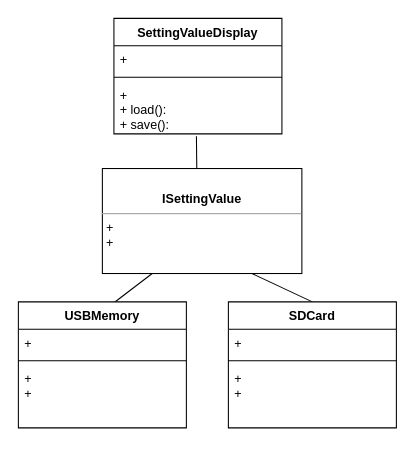
Before: 3_dependency_inversion_principle/設定値の持ち運び_概念class.drawio in grace2riku/solid_principle_example, a draw.io diagram. Source tidied: cells renumbered, new cells numbered last; positions are measured from the earlier drawing's top-left corner, leaving out a move shared by most shapes. Both pictures are drawn from the tidied source at 105%, with x=0, y=0 at pixel (18, 18).
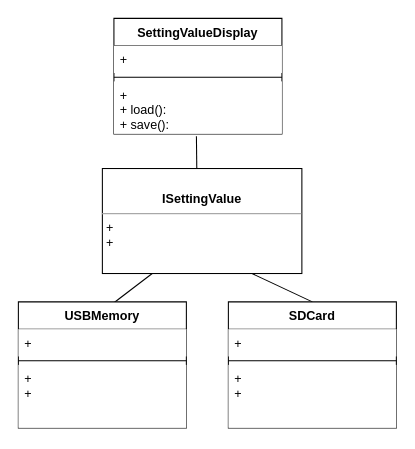
Above is the later version.

Commit message (it also covers changes not shown here):
上位・抽象・下位モジュールの概念図のページを追加。概念図の各クラスを白の塗り潰しにして見える化した。

What changed in the source:
```diff
@@
 <mxGraphModel>
   <root>
     <mxCell id="0" />
     <mxCell id="1" parent="0" />
     <mxCell id="2" style="edgeStyle=none;html=1;exitX=0.491;exitY=1.044;exitDx=0;exitDy=0;endArrow=none;endFill=0;exitPerimeter=0;" parent="1" edge="1" source="6">
       <mxGeometry relative="1" as="geometry">
         <mxPoint x="170" y="150" as="targetPoint" />
       </mxGeometry>
     </mxCell>
     <mxCell id="3" value="SettingValueDisplay" style="swimlane;fontStyle=1;align=center;verticalAlign=top;horizontal=1;startSize=26;" parent="1" vertex="1">
       <mxGeometry x="91" width="160" height="110" as="geometry" />
     </mxCell>
-    <mxCell id="4" value="+ " style="text;strokeColor=none;fillColor=none;align=left;verticalAlign=top;spacingLeft=4;spacingRight=4;overflow=hidden;" parent="3" vertex="1">
+    <mxCell id="4" value="+ " style="text;strokeColor=none;fillColor=default;align=left;verticalAlign=top;spacingLeft=4;spacingRight=4;overflow=hidden;" parent="3" vertex="1">
       <mxGeometry y="26" width="160" height="26" as="geometry" />
     </mxCell>
-    <mxCell id="5" style="line;strokeWidth=1;fillColor=none;align=left;verticalAlign=middle;spacingTop=-1;spacingLeft=3;spacingRight=3;labelPosition=right;strokeColor=inherit;" parent="3" vertex="1">
+    <mxCell id="5" style="line;strokeWidth=1;fillColor=default;align=left;verticalAlign=middle;spacingTop=-1;spacingLeft=3;spacingRight=3;labelPosition=right;strokeColor=inherit;" parent="3" vertex="1">
       <mxGeometry y="52" width="160" height="8" as="geometry" />
     </mxCell>
-    <mxCell id="6" value="+ &#10;+ load():&#10;+ save():" style="text;strokeColor=none;fillColor=none;align=left;verticalAlign=top;spacingLeft=4;spacingRight=4;overflow=hidden;points=[[0,0.5],[1,0.5]];portConstraint=eastwest;" parent="3" vertex="1">
+    <mxCell id="6" value="+ &#10;+ load():&#10;+ save():" style="text;strokeColor=none;fillColor=default;align=left;verticalAlign=top;spacingLeft=4;spacingRight=4;overflow=hidden;points=[[0,0.5],[1,0.5]];portConstraint=eastwest;" parent="3" vertex="1">
       <mxGeometry y="60" width="160" height="50" as="geometry" />
     </mxCell>
     <mxCell id="7" style="edgeStyle=none;html=1;exitX=0.75;exitY=1;exitDx=0;exitDy=0;entryX=0.5;entryY=0;entryDx=0;entryDy=0;endArrow=none;endFill=0;" parent="1" edge="1" source="9" target="14">
       <mxGeometry relative="1" as="geometry" />
     </mxCell>
     <mxCell id="8" style="edgeStyle=none;html=1;exitX=0.25;exitY=1;exitDx=0;exitDy=0;entryX=0.555;entryY=0.021;entryDx=0;entryDy=0;endArrow=none;endFill=0;entryPerimeter=0;" parent="1" edge="1" source="9" target="10">
       <mxGeometry relative="1" as="geometry" />
     </mxCell>
     <mxCell id="9" value="&lt;p style=&quot;margin:0px;margin-top:4px;text-align:center;&quot;&gt;&lt;b&gt;&lt;br&gt;&lt;/b&gt;&lt;/p&gt;&lt;p style=&quot;margin:0px;margin-top:4px;text-align:center;&quot;&gt;&lt;b&gt;ISettingValue&lt;/b&gt;&lt;/p&gt;&lt;hr size=&quot;1&quot;&gt;&lt;p style=&quot;margin:0px;margin-left:4px;&quot;&gt;&lt;/p&gt;&lt;p style=&quot;margin:0px;margin-left:4px;&quot;&gt;+&amp;nbsp;&lt;br&gt;+&amp;nbsp;&lt;/p&gt;" style="verticalAlign=top;align=left;overflow=fill;fontSize=12;fontFamily=Helvetica;html=1;" parent="1" vertex="1">
       <mxGeometry x="80" y="143" width="190" height="100" as="geometry" />
     </mxCell>
     <mxCell id="10" value="USBMemory" style="swimlane;fontStyle=1;align=center;verticalAlign=top;horizontal=1;startSize=26;" parent="1" vertex="1">
       <mxGeometry y="270" width="160" height="120" as="geometry" />
     </mxCell>
-    <mxCell id="11" value="+  " style="text;strokeColor=none;fillColor=none;align=left;verticalAlign=top;spacingLeft=4;spacingRight=4;overflow=hidden;" parent="10" vertex="1">
+    <mxCell id="11" value="+  " style="text;strokeColor=none;fillColor=default;align=left;verticalAlign=top;spacingLeft=4;spacingRight=4;overflow=hidden;" parent="10" vertex="1">
       <mxGeometry y="26" width="160" height="26" as="geometry" />
     </mxCell>
-    <mxCell id="12" style="line;strokeWidth=1;fillColor=none;align=left;verticalAlign=middle;spacingTop=-1;spacingLeft=3;spacingRight=3;labelPosition=right;strokeColor=inherit;" parent="10" vertex="1">
+    <mxCell id="12" style="line;strokeWidth=1;fillColor=default;align=left;verticalAlign=middle;spacingTop=-1;spacingLeft=3;spacingRight=3;labelPosition=right;strokeColor=inherit;" parent="10" vertex="1">
       <mxGeometry y="52" width="160" height="8" as="geometry" />
     </mxCell>
-    <mxCell id="13" value="+ &#10;+ " style="text;strokeColor=none;fillColor=none;align=left;verticalAlign=top;spacingLeft=4;spacingRight=4;overflow=hidden;" parent="10" vertex="1">
+    <mxCell id="13" value="+ &#10;+ " style="text;strokeColor=none;fillColor=default;align=left;verticalAlign=top;spacingLeft=4;spacingRight=4;overflow=hidden;" parent="10" vertex="1">
       <mxGeometry y="60" width="160" height="60" as="geometry" />
     </mxCell>
     <mxCell id="14" value="SDCard" style="swimlane;fontStyle=1;align=center;verticalAlign=top;horizontal=1;startSize=26;" parent="1" vertex="1">
       <mxGeometry x="200" y="270" width="160" height="120" as="geometry" />
     </mxCell>
-    <mxCell id="15" value="+  " style="text;strokeColor=none;fillColor=none;align=left;verticalAlign=top;spacingLeft=4;spacingRight=4;overflow=hidden;" parent="14" vertex="1">
+    <mxCell id="15" value="+  " style="text;strokeColor=none;fillColor=default;align=left;verticalAlign=top;spacingLeft=4;spacingRight=4;overflow=hidden;" parent="14" vertex="1">
       <mxGeometry y="26" width="160" height="26" as="geometry" />
     </mxCell>
-    <mxCell id="16" style="line;strokeWidth=1;fillColor=none;align=left;verticalAlign=middle;spacingTop=-1;spacingLeft=3;spacingRight=3;labelPosition=right;strokeColor=inherit;" parent="14" vertex="1">
+    <mxCell id="16" style="line;strokeWidth=1;fillColor=default;align=left;verticalAlign=middle;spacingTop=-1;spacingLeft=3;spacingRight=3;labelPosition=right;strokeColor=inherit;" parent="14" vertex="1">
       <mxGeometry y="52" width="160" height="8" as="geometry" />
     </mxCell>
-    <mxCell id="17" value="+ &#10;+ " style="text;strokeColor=none;fillColor=none;align=left;verticalAlign=top;spacingLeft=4;spacingRight=4;overflow=hidden;" parent="14" vertex="1">
+    <mxCell id="17" value="+ &#10;+ " style="text;strokeColor=none;fillColor=default;align=left;verticalAlign=top;spacingLeft=4;spacingRight=4;overflow=hidden;" parent="14" vertex="1">
       <mxGeometry y="60" width="160" height="60" as="geometry" />
     </mxCell>
   </root>
 </mxGraphModel>
```
